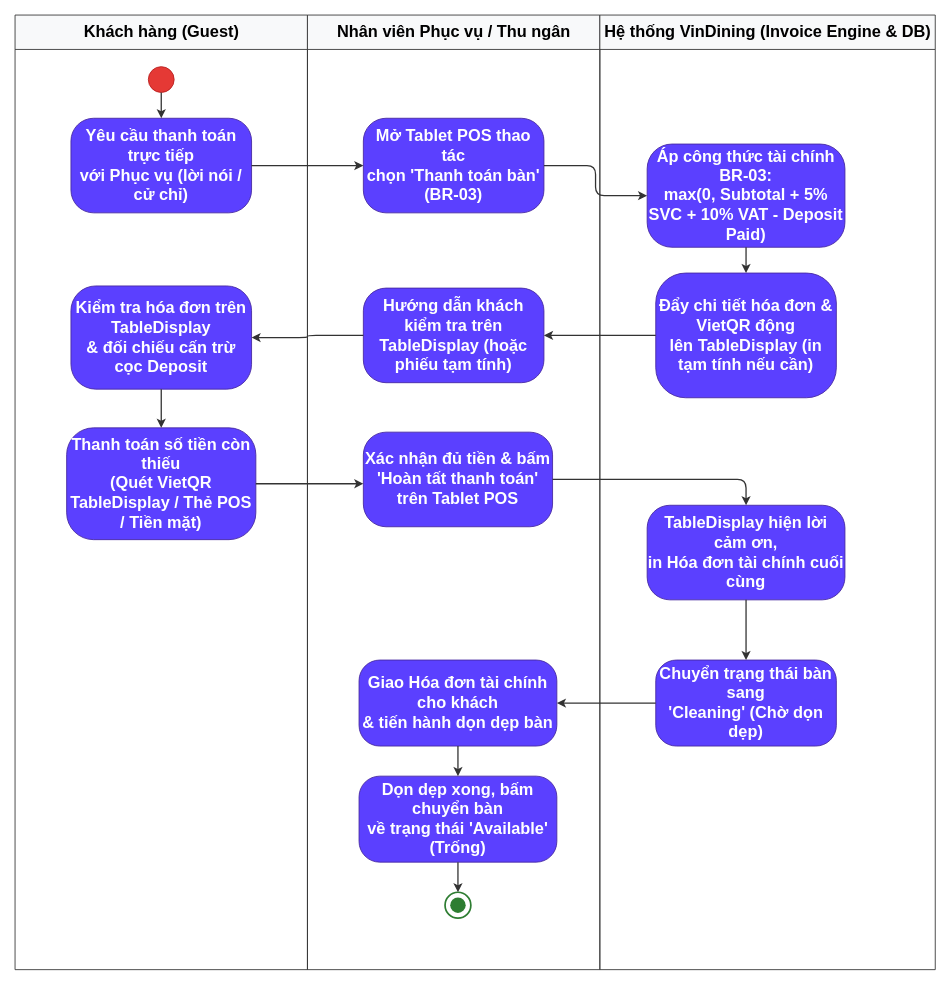
Before: docs/phase1/drawio/ad04_invoice_settlement.drawio in AndrewQng/VinDining, a draw.io diagram. Source tidied: cells renumbered, new cells numbered last; positions are measured from the earlier drawing's top-left corner, leaving out a move shared by most shapes. Both pictures are drawn from the tidied source at 86%, with x=0, y=0 at pixel (15, 15).
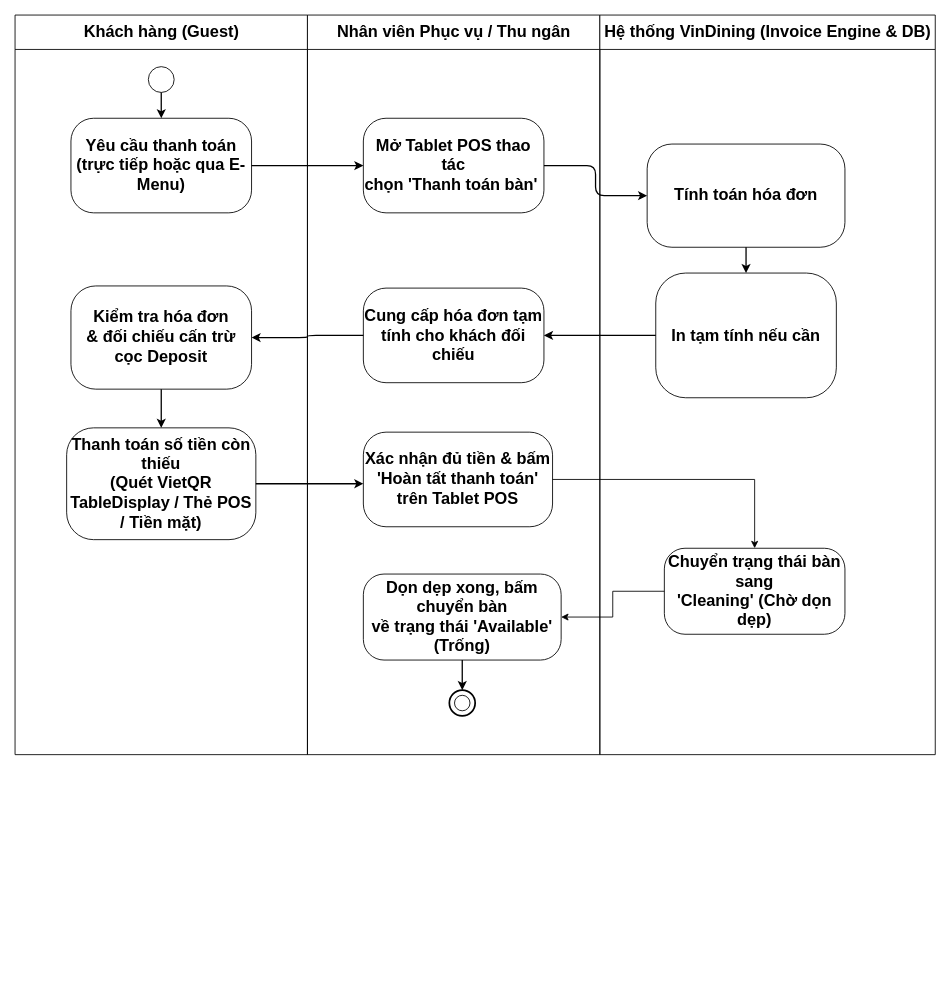
Above is the later version.

Diff of the diagram source:
```diff
@@
-    <mxCell id="2" value="Khách hàng (Guest)" style="swimlane;html=1;startSize=40;horizontal=1;fontStyle=1;fontSize=19;align=center;verticalAlign=middle;fillColor=#f8f9fa;strokeColor=#333333;swimlaneLine=1;" parent="1" vertex="1">
-      <mxGeometry width="340" height="1110" as="geometry" />
+    <mxCell id="2" value="Khách hàng (Guest)" style="swimlane;html=1;startSize=40;horizontal=1;fontStyle=1;fontSize=19;align=center;verticalAlign=middle;swimlaneLine=1;" parent="1" vertex="1">
+      <mxGeometry width="340" height="860" as="geometry" />
     </mxCell>
-    <mxCell id="3" style="ellipse;whiteSpace=wrap;html=1;fillColor=#e53935;strokeColor=#b71c1c;fontSize=19;" parent="2" vertex="1">
+    <mxCell id="3" style="ellipse;whiteSpace=wrap;html=1;fontSize=19;" parent="2" vertex="1">
       <mxGeometry x="155" y="60" width="30" height="30" as="geometry" />
     </mxCell>
-    <mxCell id="4" value="Yêu cầu thanh toán trực tiếp&#10;với Phục vụ (lời nói / cử chỉ)" style="rounded=1;arcSize=24;whiteSpace=wrap;html=1;fillColor=#5b40ff;strokeColor=#4527a0;fontColor=#ffffff;fontStyle=1;fontSize=19;align=center;verticalAlign=middle;" parent="2" vertex="1">
+    <mxCell id="4" value="Yêu cầu thanh toán (trực tiếp hoặc qua E-Menu)" style="rounded=1;arcSize=24;whiteSpace=wrap;html=1;fontStyle=1;fontSize=19;align=center;verticalAlign=middle;" parent="2" vertex="1">
       <mxGeometry x="65" y="120" width="210" height="110" as="geometry" />
     </mxCell>
-    <mxCell id="5" value="Kiểm tra hóa đơn trên TableDisplay&#10;&amp;amp; đối chiếu cấn trừ cọc Deposit" style="rounded=1;arcSize=24;whiteSpace=wrap;html=1;fillColor=#5b40ff;strokeColor=#4527a0;fontColor=#ffffff;fontStyle=1;fontSize=19;align=center;verticalAlign=middle;" parent="2" vertex="1">
+    <mxCell id="5" value="Kiểm tra hóa đơn&lt;br&gt;&amp;amp; đối chiếu cấn trừ cọc Deposit" style="rounded=1;arcSize=24;whiteSpace=wrap;html=1;fontStyle=1;fontSize=19;align=center;verticalAlign=middle;" parent="2" vertex="1">
       <mxGeometry x="65" y="315" width="210" height="120" as="geometry" />
     </mxCell>
-    <mxCell id="6" value="Thanh toán số tiền còn thiếu&#10;(Quét VietQR TableDisplay / Thẻ POS / Tiền mặt)" style="rounded=1;arcSize=24;whiteSpace=wrap;html=1;fillColor=#5b40ff;strokeColor=#4527a0;fontColor=#ffffff;fontStyle=1;fontSize=19;align=center;verticalAlign=middle;" parent="2" vertex="1">
+    <mxCell id="6" value="Thanh toán số tiền còn thiếu&#10;(Quét VietQR TableDisplay / Thẻ POS / Tiền mặt)" style="rounded=1;arcSize=24;whiteSpace=wrap;html=1;fontStyle=1;fontSize=19;align=center;verticalAlign=middle;" parent="2" vertex="1">
       <mxGeometry x="60" y="480" width="220" height="130" as="geometry" />
     </mxCell>
-    <mxCell id="7" value="Nhân viên Phục vụ / Thu ngân" style="swimlane;html=1;startSize=40;horizontal=1;fontStyle=1;fontSize=19;align=center;verticalAlign=middle;fillColor=#f8f9fa;strokeColor=#333333;swimlaneLine=1;" parent="1" vertex="1">
-      <mxGeometry x="340" width="340" height="1110" as="geometry" />
+    <mxCell id="7" value="Nhân viên Phục vụ / Thu ngân" style="swimlane;html=1;startSize=40;horizontal=1;fontStyle=1;fontSize=19;align=center;verticalAlign=middle;swimlaneLine=1;" parent="1" vertex="1">
+      <mxGeometry x="340" width="340" height="860" as="geometry" />
     </mxCell>
-    <mxCell id="8" value="Mở Tablet POS thao tác&#10;chọn 'Thanh toán bàn' (BR-03)" style="rounded=1;arcSize=24;whiteSpace=wrap;html=1;fillColor=#5b40ff;strokeColor=#4527a0;fontColor=#ffffff;fontStyle=1;fontSize=19;align=center;verticalAlign=middle;" parent="7" vertex="1">
+    <mxCell id="8" value="Mở Tablet POS thao tác&lt;br&gt;chọn 'Thanh toán bàn'&amp;nbsp;" style="rounded=1;arcSize=24;whiteSpace=wrap;html=1;fontStyle=1;fontSize=19;align=center;verticalAlign=middle;" parent="7" vertex="1">
       <mxGeometry x="65" y="120" width="210" height="110" as="geometry" />
     </mxCell>
-    <mxCell id="9" value="Hướng dẫn khách kiểm tra trên&#10;TableDisplay (hoặc phiếu tạm tính)" style="rounded=1;arcSize=24;whiteSpace=wrap;html=1;fillColor=#5b40ff;strokeColor=#4527a0;fontColor=#ffffff;fontStyle=1;fontSize=19;align=center;verticalAlign=middle;" parent="7" vertex="1">
+    <mxCell id="9" value="Cung cấp hóa đơn tạm tính cho khách đối chiếu" style="rounded=1;arcSize=24;whiteSpace=wrap;html=1;fontStyle=1;fontSize=19;align=center;verticalAlign=middle;" parent="7" vertex="1">
       <mxGeometry x="65" y="317.5" width="210" height="110" as="geometry" />
     </mxCell>
-    <mxCell id="10" value="Xác nhận đủ tiền &amp;amp; bấm&#10;'Hoàn tất thanh toán' trên Tablet POS" style="rounded=1;arcSize=24;whiteSpace=wrap;html=1;fillColor=#5b40ff;strokeColor=#4527a0;fontColor=#ffffff;fontStyle=1;fontSize=19;align=center;verticalAlign=middle;" parent="7" vertex="1">
+    <mxCell id="10" value="Xác nhận đủ tiền &amp;amp; bấm&#10;'Hoàn tất thanh toán' trên Tablet POS" style="rounded=1;arcSize=24;whiteSpace=wrap;html=1;fontStyle=1;fontSize=19;align=center;verticalAlign=middle;" parent="7" vertex="1">
       <mxGeometry x="65" y="485" width="220" height="110" as="geometry" />
     </mxCell>
-    <mxCell id="11" value="Giao Hóa đơn tài chính cho khách&#10;&amp;amp; tiến hành dọn dẹp bàn" style="rounded=1;arcSize=24;whiteSpace=wrap;html=1;fillColor=#5b40ff;strokeColor=#4527a0;fontColor=#ffffff;fontStyle=1;fontSize=19;align=center;verticalAlign=middle;" parent="7" vertex="1">
-      <mxGeometry x="60" y="750" width="230" height="100" as="geometry" />
-    </mxCell>
-    <mxCell id="12" value="Dọn dẹp xong, bấm chuyển bàn&#10;về trạng thái 'Available' (Trống)" style="rounded=1;arcSize=24;whiteSpace=wrap;html=1;fillColor=#5b40ff;strokeColor=#4527a0;fontColor=#ffffff;fontStyle=1;fontSize=19;align=center;verticalAlign=middle;" parent="7" vertex="1">
-      <mxGeometry x="60" y="885" width="230" height="100" as="geometry" />
+    <mxCell id="12" value="Dọn dẹp xong, bấm chuyển bàn&#10;về trạng thái 'Available' (Trống)" style="rounded=1;arcSize=24;whiteSpace=wrap;html=1;fontStyle=1;fontSize=19;align=center;verticalAlign=middle;" parent="7" vertex="1">
+      <mxGeometry x="65" y="650" width="230" height="100" as="geometry" />
     </mxCell>
-    <mxCell id="13" style="ellipse;whiteSpace=wrap;html=1;fillColor=#ffffff;strokeColor=#2e7d32;strokeWidth=2;fontSize=19;" parent="7" vertex="1">
-      <mxGeometry x="160" y="1020" width="30" height="30" as="geometry" />
+    <mxCell id="13" style="ellipse;whiteSpace=wrap;html=1;strokeWidth=2;fontSize=19;" parent="7" vertex="1">
+      <mxGeometry x="165" y="785" width="30" height="30" as="geometry" />
     </mxCell>
-    <mxCell id="14" style="ellipse;whiteSpace=wrap;html=1;fillColor=#2e7d32;strokeColor=none;fontSize=19;" parent="7" vertex="1">
-      <mxGeometry x="166" y="1026" width="18" height="18" as="geometry" />
+    <mxCell id="14" style="ellipse;whiteSpace=wrap;html=1;fontSize=19;" parent="7" vertex="1">
+      <mxGeometry x="171" y="791" width="18" height="18" as="geometry" />
     </mxCell>
-    <mxCell id="15" style="edgeStyle=orthogonalEdgeStyle;rounded=1;jettySize=auto;html=1;strokeColor=#333333;strokeWidth=1.5;fontSize=19;fontColor=#333333;" parent="7" edge="1" source="11" target="12">
-      <mxGeometry relative="1" as="geometry" />
-    </mxCell>
-    <mxCell id="16" style="edgeStyle=orthogonalEdgeStyle;rounded=1;jettySize=auto;html=1;strokeColor=#333333;strokeWidth=1.5;fontSize=19;fontColor=#333333;" parent="7" edge="1" source="12" target="13">
+    <mxCell id="16" style="edgeStyle=orthogonalEdgeStyle;rounded=1;jettySize=auto;html=1;strokeWidth=1.5;fontSize=19;fontColor=#333333;" parent="7" edge="1" source="12" target="13">
       <mxGeometry relative="1" as="geometry" />
     </mxCell>
-    <mxCell id="17" value="Hệ thống VinDining (Invoice Engine &amp;amp; DB)" style="swimlane;html=1;startSize=40;horizontal=1;fontStyle=1;fontSize=19;align=center;verticalAlign=middle;fillColor=#f8f9fa;strokeColor=#333333;swimlaneLine=1;" parent="1" vertex="1">
-      <mxGeometry x="680" width="390" height="1110" as="geometry" />
+    <mxCell id="17" value="Hệ thống VinDining (Invoice Engine &amp;amp; DB)" style="swimlane;html=1;startSize=40;horizontal=1;fontStyle=1;fontSize=19;align=center;verticalAlign=middle;swimlaneLine=1;" parent="1" vertex="1">
+      <mxGeometry x="680" width="390" height="860" as="geometry" />
     </mxCell>
-    <mxCell id="18" value="Áp công thức tài chính BR-03:&#10;max(0, Subtotal + 5% SVC + 10% VAT - Deposit Paid)" style="rounded=1;arcSize=24;whiteSpace=wrap;html=1;fillColor=#5b40ff;strokeColor=#4527a0;fontColor=#ffffff;fontStyle=1;fontSize=19;align=center;verticalAlign=middle;" parent="17" vertex="1">
+    <mxCell id="18" value="Tính toán hóa đơn" style="rounded=1;arcSize=24;whiteSpace=wrap;html=1;fontStyle=1;fontSize=19;align=center;verticalAlign=middle;" parent="17" vertex="1">
       <mxGeometry x="55" y="150" width="230" height="120" as="geometry" />
     </mxCell>
-    <mxCell id="19" value="Đẩy chi tiết hóa đơn &amp;amp; VietQR động&#10;lên TableDisplay (in tạm tính nếu cần)" style="rounded=1;arcSize=24;whiteSpace=wrap;html=1;fillColor=#5b40ff;strokeColor=#4527a0;fontColor=#ffffff;fontStyle=1;fontSize=19;align=center;verticalAlign=middle;" parent="17" vertex="1">
+    <mxCell id="19" value="In tạm tính nếu cần" style="rounded=1;arcSize=24;whiteSpace=wrap;html=1;fontStyle=1;fontSize=19;align=center;verticalAlign=middle;" parent="17" vertex="1">
       <mxGeometry x="65" y="300" width="210" height="145" as="geometry" />
     </mxCell>
-    <mxCell id="20" value="TableDisplay hiện lời cảm ơn,&#10;in Hóa đơn tài chính cuối cùng" style="rounded=1;arcSize=24;whiteSpace=wrap;html=1;fillColor=#5b40ff;strokeColor=#4527a0;fontColor=#ffffff;fontStyle=1;fontSize=19;align=center;verticalAlign=middle;" parent="17" vertex="1">
-      <mxGeometry x="55" y="570" width="230" height="110" as="geometry" />
-    </mxCell>
-    <mxCell id="21" value="Chuyển trạng thái bàn sang&#10;'Cleaning' (Chờ dọn dẹp)" style="rounded=1;arcSize=24;whiteSpace=wrap;html=1;fillColor=#5b40ff;strokeColor=#4527a0;fontColor=#ffffff;fontStyle=1;fontSize=19;align=center;verticalAlign=middle;" parent="17" vertex="1">
-      <mxGeometry x="65" y="750" width="210" height="100" as="geometry" />
+    <mxCell id="21" value="Chuyển trạng thái bàn sang&#10;'Cleaning' (Chờ dọn dẹp)" style="rounded=1;arcSize=24;whiteSpace=wrap;html=1;fontStyle=1;fontSize=19;align=center;verticalAlign=middle;" parent="17" vertex="1">
+      <mxGeometry x="75" y="620" width="210" height="100" as="geometry" />
     </mxCell>
-    <mxCell id="22" style="edgeStyle=orthogonalEdgeStyle;rounded=1;jettySize=auto;html=1;strokeColor=#333333;strokeWidth=1.5;fontSize=19;fontColor=#333333;" parent="1" edge="1" source="3" target="4">
+    <mxCell id="22" style="edgeStyle=orthogonalEdgeStyle;rounded=1;jettySize=auto;html=1;strokeWidth=1.5;fontSize=19;fontColor=#333333;" parent="1" edge="1" source="3" target="4">
       <mxGeometry relative="1" as="geometry" />
     </mxCell>
-    <mxCell id="23" style="edgeStyle=orthogonalEdgeStyle;rounded=1;jettySize=auto;html=1;strokeColor=#333333;strokeWidth=1.5;fontSize=19;fontColor=#333333;" parent="1" edge="1" source="4" target="8">
+    <mxCell id="23" style="edgeStyle=orthogonalEdgeStyle;rounded=1;jettySize=auto;html=1;strokeWidth=1.5;fontSize=19;fontColor=#333333;" parent="1" edge="1" source="4" target="8">
       <mxGeometry relative="1" as="geometry" />
     </mxCell>
-    <mxCell id="24" style="edgeStyle=orthogonalEdgeStyle;rounded=1;jettySize=auto;html=1;strokeColor=#333333;strokeWidth=1.5;fontSize=19;fontColor=#333333;" parent="1" edge="1" source="8" target="18">
+    <mxCell id="24" style="edgeStyle=orthogonalEdgeStyle;rounded=1;jettySize=auto;html=1;strokeWidth=1.5;fontSize=19;fontColor=#333333;" parent="1" edge="1" source="8" target="18">
       <mxGeometry relative="1" as="geometry" />
     </mxCell>
-    <mxCell id="25" style="edgeStyle=orthogonalEdgeStyle;rounded=1;jettySize=auto;html=1;strokeColor=#333333;strokeWidth=1.5;fontSize=19;fontColor=#333333;" parent="1" edge="1" source="18" target="19">
+    <mxCell id="25" style="edgeStyle=orthogonalEdgeStyle;rounded=1;jettySize=auto;html=1;strokeWidth=1.5;fontSize=19;fontColor=#333333;" parent="1" edge="1" source="18" target="19">
       <mxGeometry relative="1" as="geometry" />
     </mxCell>
-    <mxCell id="26" style="edgeStyle=orthogonalEdgeStyle;rounded=1;jettySize=auto;html=1;strokeColor=#333333;strokeWidth=1.5;fontSize=19;fontColor=#333333;" parent="1" edge="1" source="19" target="9">
+    <mxCell id="26" style="edgeStyle=orthogonalEdgeStyle;rounded=1;jettySize=auto;html=1;strokeWidth=1.5;fontSize=19;fontColor=#333333;" parent="1" edge="1" source="19" target="9">
       <mxGeometry relative="1" as="geometry" />
     </mxCell>
-    <mxCell id="27" style="edgeStyle=orthogonalEdgeStyle;rounded=1;jettySize=auto;html=1;strokeColor=#333333;strokeWidth=1.5;fontSize=19;fontColor=#333333;" parent="1" edge="1" source="9" target="5">
+    <mxCell id="27" style="edgeStyle=orthogonalEdgeStyle;rounded=1;jettySize=auto;html=1;strokeWidth=1.5;fontSize=19;fontColor=#333333;" parent="1" edge="1" source="9" target="5">
       <mxGeometry relative="1" as="geometry" />
     </mxCell>
-    <mxCell id="28" style="edgeStyle=orthogonalEdgeStyle;rounded=1;jettySize=auto;html=1;strokeColor=#333333;strokeWidth=1.5;fontSize=19;fontColor=#333333;" parent="1" edge="1" source="5" target="6">
+    <mxCell id="28" style="edgeStyle=orthogonalEdgeStyle;rounded=1;jettySize=auto;html=1;strokeWidth=1.5;fontSize=19;fontColor=#333333;" parent="1" edge="1" source="5" target="6">
       <mxGeometry relative="1" as="geometry" />
     </mxCell>
-    <mxCell id="29" style="edgeStyle=orthogonalEdgeStyle;rounded=1;jettySize=auto;html=1;strokeColor=#333333;strokeWidth=1.5;fontSize=19;fontColor=#333333;" parent="1" edge="1" source="6" target="10">
+    <mxCell id="29" style="edgeStyle=orthogonalEdgeStyle;rounded=1;jettySize=auto;html=1;strokeWidth=1.5;fontSize=19;fontColor=#333333;" parent="1" edge="1" source="6" target="10">
       <mxGeometry relative="1" as="geometry">
         <Array as="points">
           <mxPoint x="170" y="557" />
         </Array>
       </mxGeometry>
     </mxCell>
-    <mxCell id="30" style="edgeStyle=orthogonalEdgeStyle;rounded=1;jettySize=auto;html=1;strokeColor=#333333;strokeWidth=1.5;fontSize=19;fontColor=#333333;entryX=0.5;entryY=0;entryDx=0;entryDy=0;" parent="1" edge="1" source="10" target="20">
-      <mxGeometry relative="1" as="geometry" />
-    </mxCell>
-    <mxCell id="31" style="edgeStyle=orthogonalEdgeStyle;rounded=1;jettySize=auto;html=1;strokeColor=#333333;strokeWidth=1.5;fontSize=19;fontColor=#333333;" parent="1" edge="1" source="20" target="21">
-      <mxGeometry relative="1" as="geometry" />
-    </mxCell>
-    <mxCell id="32" style="edgeStyle=orthogonalEdgeStyle;rounded=1;jettySize=auto;html=1;strokeColor=#333333;strokeWidth=1.5;fontSize=19;fontColor=#333333;" parent="1" edge="1" source="21" target="11">
-      <mxGeometry relative="1" as="geometry" />
-    </mxCell>
+    <mxCell id="33" style="edgeStyle=orthogonalEdgeStyle;rounded=0;jettySize=auto;html=1;entryX=0.5;entryY=0;entryDx=0;entryDy=0;" parent="1" edge="1" source="10" target="21">
+      <mxGeometry relative="1" as="geometry" />
+    </mxCell>
+    <mxCell id="34" style="edgeStyle=orthogonalEdgeStyle;rounded=0;jettySize=auto;html=1;entryX=1;entryY=0.5;entryDx=0;entryDy=0;" parent="1" edge="1" source="21" target="12">
+      <mxGeometry relative="1" as="geometry" />
+    </mxCell>
```
